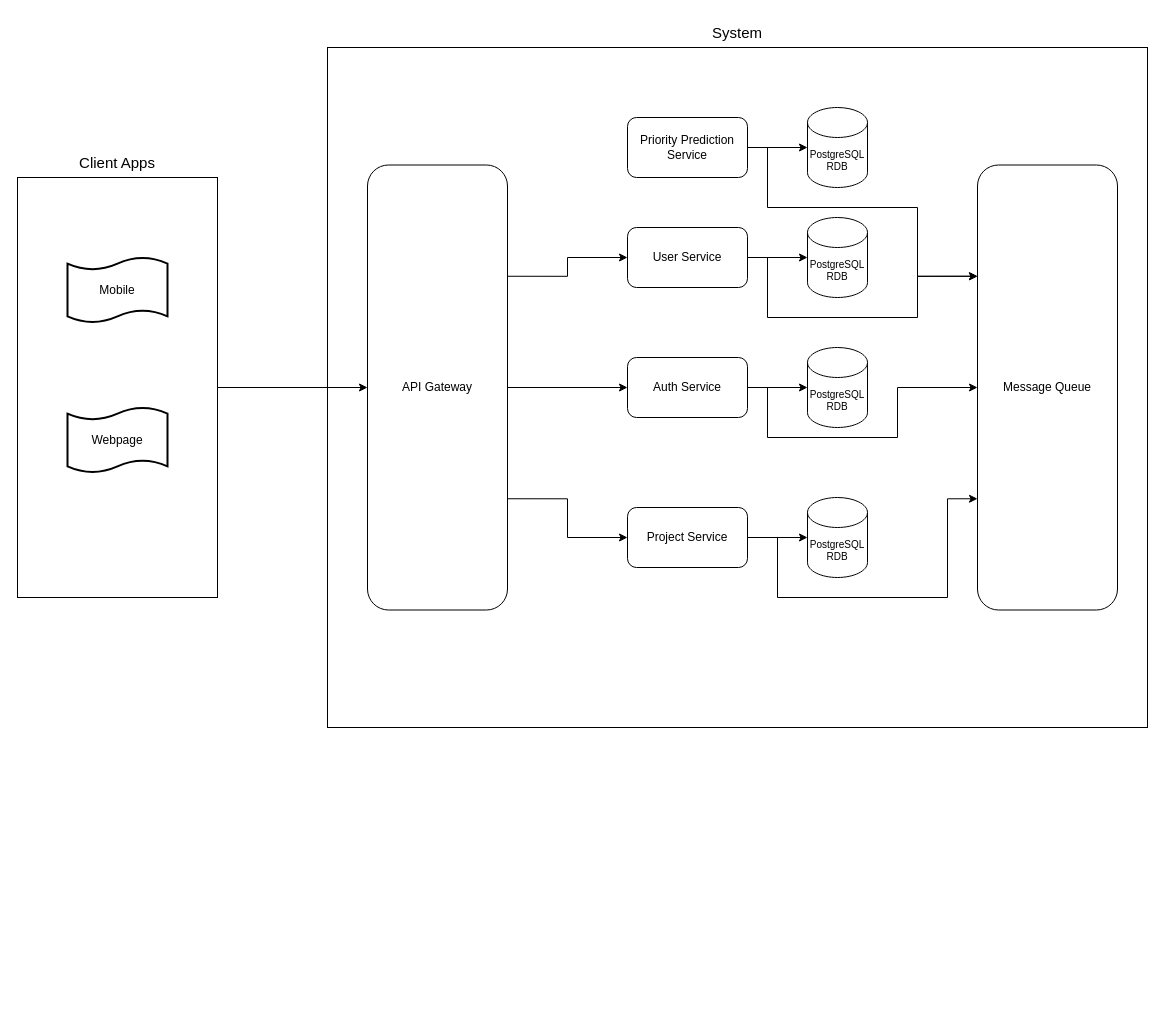
Earlier version of the draw.io diagram docs/diagrams/task_manager_app_microservices_architecture_diagram.drawio (trentonwhite91/TASK-MANAGER-APP-PARENT). Source tidied: cells renumbered, new cells numbered last; positions are measured from the earlier drawing's top-left corner, leaving out a move shared by most shapes. Both pictures are drawn from the tidied source at 100%, with x=0, y=0 at pixel (17, 17).
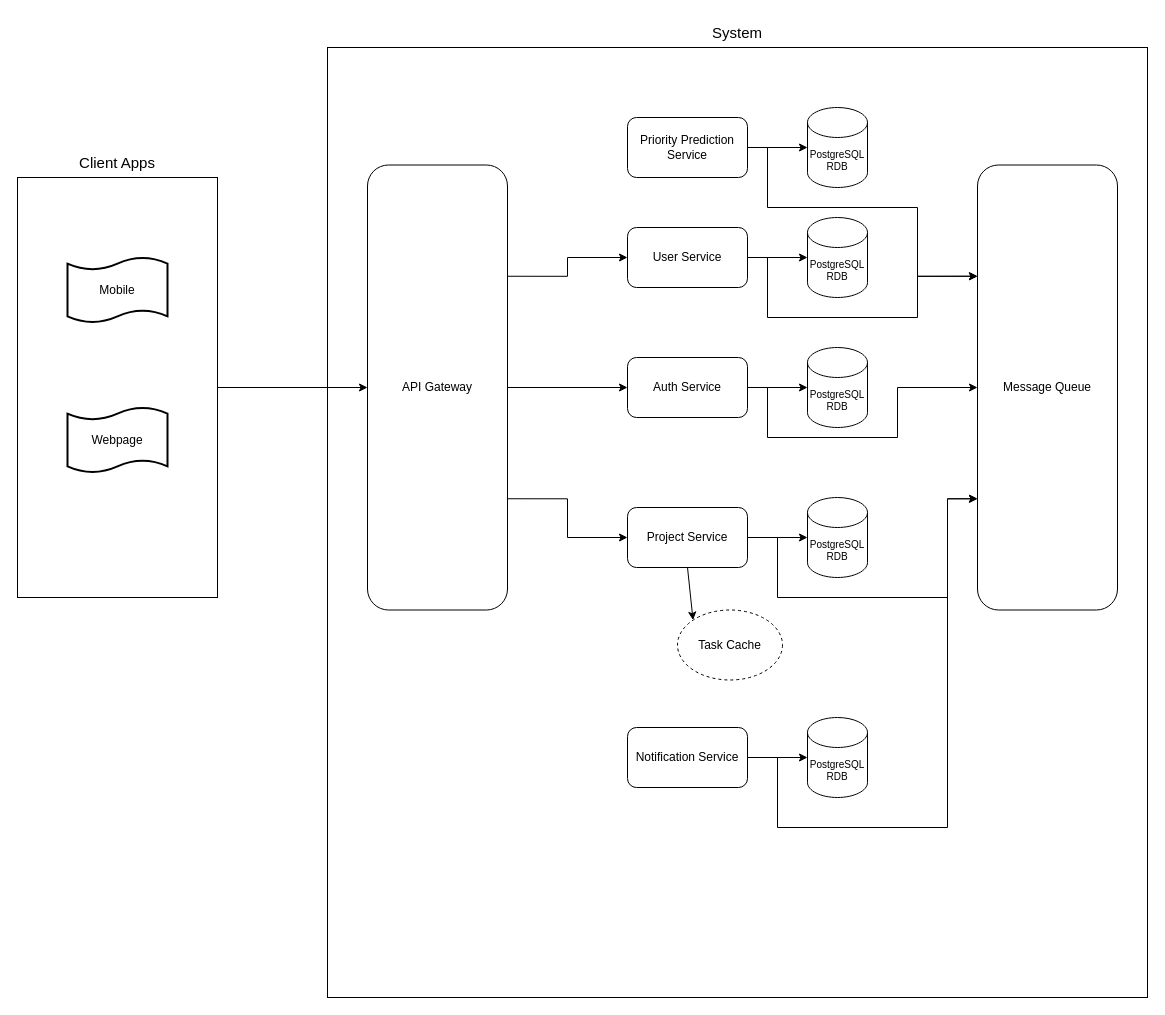
After the change.

Commit message:
Update microservices_architecture_diagram

Unchanged cells that the change refers to:
```xml
<mxCell id="16" value="Message Queue" style="rounded=1;whiteSpace=wrap;html=1;fillColor=default;" parent="1" vertex="1">
  <mxGeometry x="960" y="147.5" width="140" height="445" as="geometry" />
</mxCell>
<mxCell id="23" value="Project Service" style="rounded=1;whiteSpace=wrap;html=1;fillColor=default;" parent="1" vertex="1">
  <mxGeometry x="610" y="490" width="120" height="60" as="geometry" />
</mxCell>
```

The edit, as a diff of the source:
```diff
@@
     <mxCell id="2" style="rounded=0;whiteSpace=wrap;html=1;fillColor=default;" parent="1" vertex="1">
-      <mxGeometry x="310" y="30" width="820" height="680" as="geometry" />
+      <mxGeometry x="310" y="30" width="820" height="950" as="geometry" />
     </mxCell>
@@
+    <mxCell id="30" style="rounded=0;jettySize=auto;html=1;exitX=0.5;exitY=1;exitDx=0;exitDy=0;entryX=0;entryY=0;entryDx=0;entryDy=0;" parent="1" edge="1" source="23" target="35">
+      <mxGeometry relative="1" as="geometry" />
+    </mxCell>
@@
+    <mxCell id="31" style="edgeStyle=orthogonalEdgeStyle;rounded=0;jettySize=auto;html=1;exitX=1;exitY=0.5;exitDx=0;exitDy=0;entryX=0;entryY=0.75;entryDx=0;entryDy=0;" parent="1" edge="1" source="32" target="16">
+      <mxGeometry relative="1" as="geometry">
+        <Array as="points">
+          <mxPoint x="760" y="740" />
+          <mxPoint x="760" y="810" />
+          <mxPoint x="930" y="810" />
+          <mxPoint x="930" y="481" />
+        </Array>
+      </mxGeometry>
+    </mxCell>
+    <mxCell id="32" value="Notification Service" style="rounded=1;whiteSpace=wrap;html=1;fillColor=default;" parent="1" vertex="1">
+      <mxGeometry x="610" y="710" width="120" height="60" as="geometry" />
+    </mxCell>
+    <mxCell id="33" value="PostgreSQL RDB" style="shape=cylinder3;whiteSpace=wrap;html=1;boundedLbl=1;backgroundOutline=1;size=15;fontSize=10;" parent="1" vertex="1">
+      <mxGeometry x="790" y="700" width="60" height="80" as="geometry" />
+    </mxCell>
+    <mxCell id="34" style="edgeStyle=orthogonalEdgeStyle;rounded=0;jettySize=auto;html=1;exitX=1;exitY=0.5;exitDx=0;exitDy=0;entryX=0;entryY=0.5;entryDx=0;entryDy=0;entryPerimeter=0;" parent="1" edge="1" source="32" target="33">
+      <mxGeometry relative="1" as="geometry" />
+    </mxCell>
+    <mxCell id="35" value="Task Cache" style="ellipse;whiteSpace=wrap;html=1;dashed=1;" parent="1" vertex="1">
+      <mxGeometry x="660" y="592.5" width="105" height="70" as="geometry" />
+    </mxCell>
```
